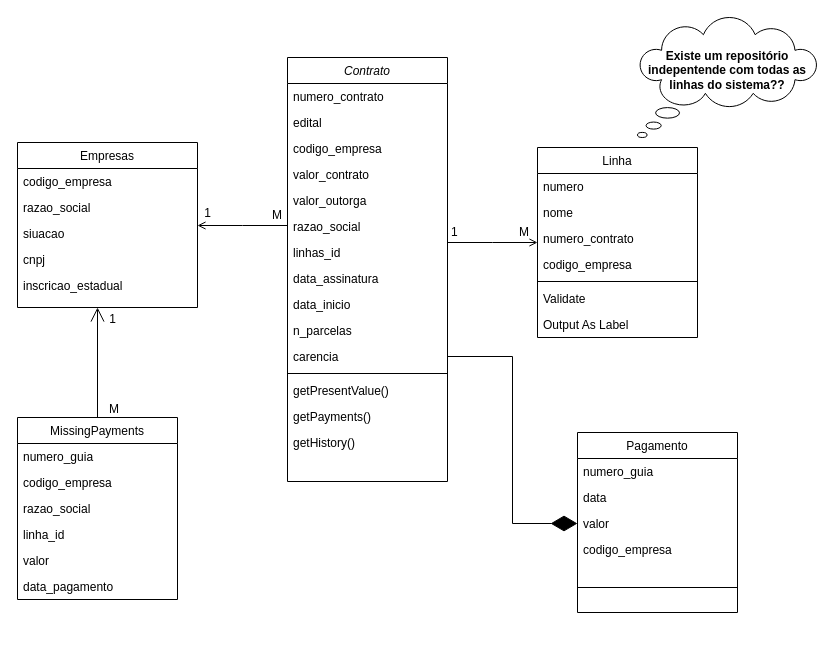
The draw.io diagram diagrama_de_classe_outorga.drawio in sverissimo/outorgas_stim, before the edit. Source tidied: cells renumbered, new cells numbered last; positions are measured from the earlier drawing's top-left corner, leaving out a move shared by most shapes. Both pictures are drawn from the tidied source at 100%, with x=0, y=0 at pixel (17, 17).
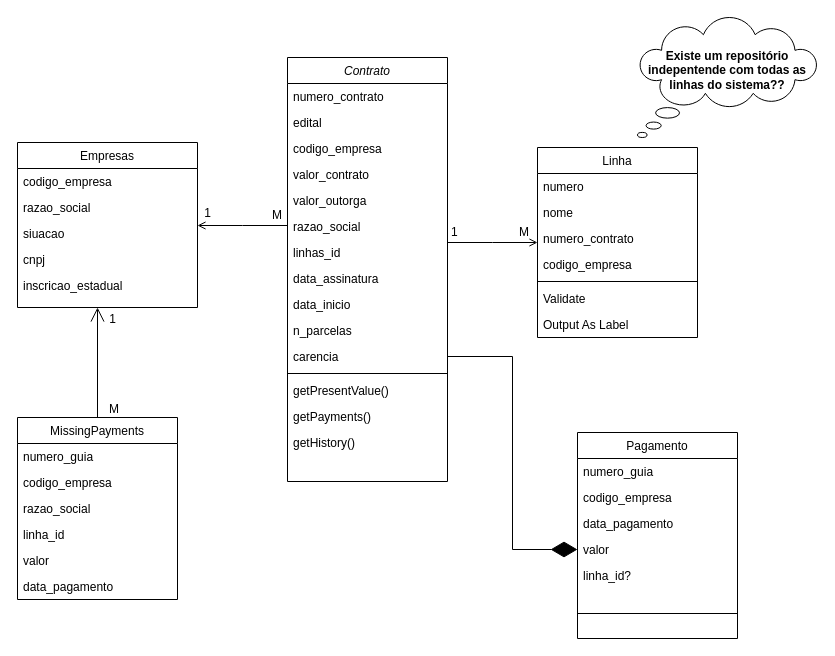
The same diagram, later.

The edit, as a diff of the source:
```diff
@@
     <mxCell id="46" value="Pagamento" style="swimlane;fontStyle=0;align=center;verticalAlign=top;horizontal=1;startSize=26;rounded=0;shadow=0;strokeWidth=1;" parent="1" vertex="1">
-      <mxGeometry x="560" y="415" width="160" height="180" as="geometry" />
+      <mxGeometry x="560" y="415" width="160" height="206" as="geometry" />
     </mxCell>
@@
+    <mxCell id="50" value="codigo_empresa" style="text;align=left;verticalAlign=top;spacingLeft=4;spacingRight=4;overflow=hidden;rounded=0;shadow=0;html=0;" parent="46" vertex="1">
+      <mxGeometry y="52" width="160" height="26" as="geometry" />
+    </mxCell>
-    <mxCell id="48" value="data" style="text;align=left;verticalAlign=top;spacingLeft=4;spacingRight=4;overflow=hidden;rounded=0;shadow=0;html=0;" parent="46" vertex="1">
-      <mxGeometry y="52" width="160" height="26" as="geometry" />
+    <mxCell id="48" value="data_pagamento" style="text;align=left;verticalAlign=top;spacingLeft=4;spacingRight=4;overflow=hidden;rounded=0;shadow=0;html=0;" parent="46" vertex="1">
+      <mxGeometry y="78" width="160" height="26" as="geometry" />
     </mxCell>
     <mxCell id="49" value="valor" style="text;align=left;verticalAlign=top;spacingLeft=4;spacingRight=4;overflow=hidden;points=[[0,0.5],[1,0.5]];portConstraint=eastwest;rounded=0;shadow=0;html=0;" parent="46" vertex="1">
-      <mxGeometry y="78" width="160" height="26" as="geometry" />
+      <mxGeometry y="104" width="160" height="26" as="geometry" />
     </mxCell>
-    <mxCell id="50" value="codigo_empresa" style="text;align=left;verticalAlign=top;spacingLeft=4;spacingRight=4;overflow=hidden;rounded=0;shadow=0;html=0;" parent="46" vertex="1">
-      <mxGeometry y="104" width="160" height="26" as="geometry" />
-    </mxCell>
+    <mxCell id="56" value="linha_id?" style="text;align=left;verticalAlign=top;spacingLeft=4;spacingRight=4;overflow=hidden;rounded=0;shadow=0;html=0;" parent="46" vertex="1">
+      <mxGeometry y="130" width="160" height="26" as="geometry" />
+    </mxCell>
     <mxCell id="51" style="line;html=1;strokeWidth=1;align=left;verticalAlign=middle;spacingTop=-1;spacingLeft=3;spacingRight=3;labelPosition=right;" parent="46" vertex="1">
-      <mxGeometry y="130" width="160" height="50" as="geometry" />
+      <mxGeometry y="156" width="160" height="50" as="geometry" />
     </mxCell>
```
